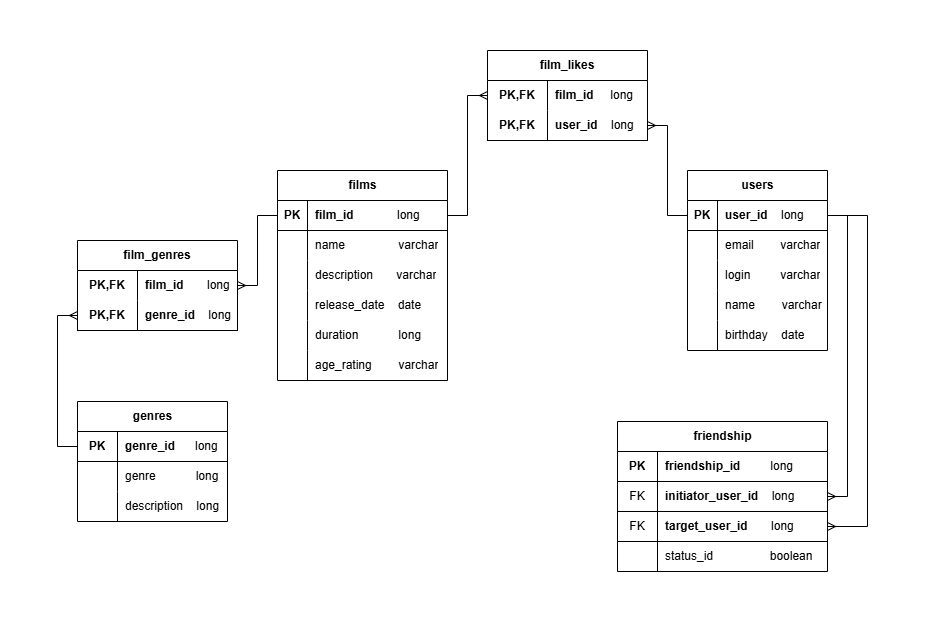
This is ERD-filmorate.png from DimaKondr/java-filmorate, a draw.io export, as it was before one commit. Source tidied: cells renumbered, new cells last; positions are measured from the earlier drawing's top-left corner, leaving out a move shared by most shapes.
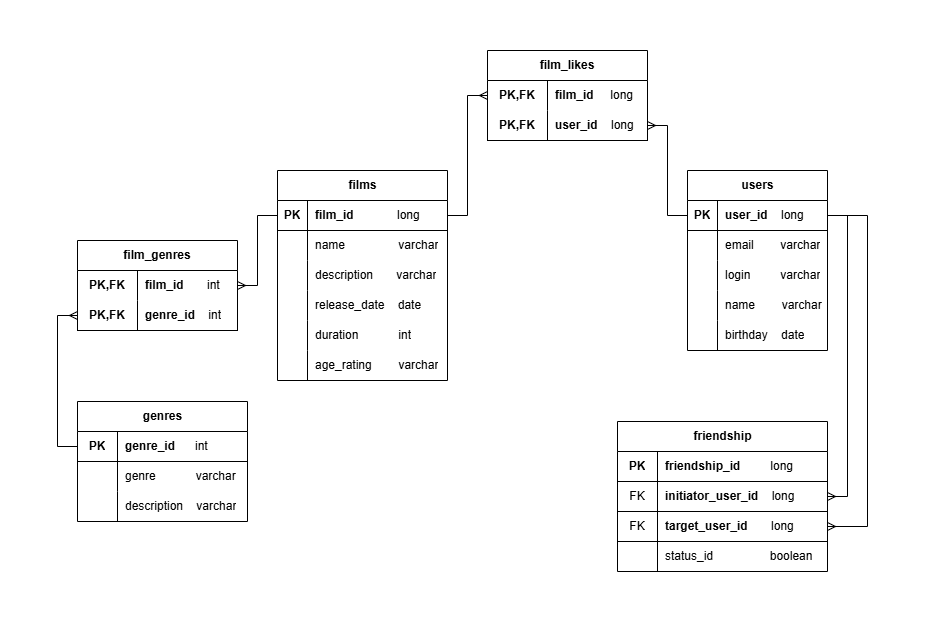
After the change.

Commit message:
Внесены корректировки в ER-диаграмму.

What changed in the source:
```diff
@@ -47,7 +47,7 @@
     <mxCell id="16" style="shape=partialRectangle;fillColor=none;top=0;left=0;bottom=0;right=0;overflow=hidden;whiteSpace=wrap;html=1;rounded=0;" parent="15" vertex="1">
       <mxGeometry width="30" height="30" as="geometry" />
     </mxCell>
-    <mxCell id="17" value="duration&amp;nbsp; &amp;nbsp; &amp;nbsp; &amp;nbsp; &amp;nbsp; &amp;nbsp; long" style="shape=partialRectangle;fillColor=none;top=0;left=0;bottom=0;right=0;align=left;spacingLeft=6;overflow=hidden;whiteSpace=wrap;html=1;rounded=0;" parent="15" vertex="1">
+    <mxCell id="17" value="duration&amp;nbsp; &amp;nbsp; &amp;nbsp; &amp;nbsp; &amp;nbsp; &amp;nbsp; int" style="shape=partialRectangle;fillColor=none;top=0;left=0;bottom=0;right=0;align=left;spacingLeft=6;overflow=hidden;whiteSpace=wrap;html=1;rounded=0;" parent="15" vertex="1">
       <mxGeometry x="30" width="140" height="30" as="geometry" />
     </mxCell>
     <mxCell id="18" style="shape=tableRow;horizontal=0;startSize=0;swimlaneHead=0;swimlaneBody=0;fillColor=none;top=0;left=0;right=0;bottom=0;rounded=0;" parent="2" vertex="1">
@@ -60,34 +60,34 @@
       <mxGeometry x="30" width="140" height="30" as="geometry" />
     </mxCell>
     <mxCell id="21" value="genres" style="shape=table;startSize=30;rowLines=0;fontStyle=1;align=center;html=1;rounded=0;" parent="1" vertex="1">
-      <mxGeometry x="20" y="351" width="150" height="120" as="geometry" />
+      <mxGeometry x="20" y="351" width="170" height="120" as="geometry" />
     </mxCell>
     <mxCell id="22" style="shape=tableRow;horizontal=0;startSize=0;swimlaneHead=0;swimlaneBody=0;fillColor=none;points=[[0,0.5],[1,0.5]];portConstraint=eastwest;top=0;left=0;right=0;bottom=1;rounded=0;" parent="21" vertex="1">
-      <mxGeometry y="30" width="150" height="30" as="geometry" />
+      <mxGeometry y="30" width="170" height="30" as="geometry" />
     </mxCell>
     <mxCell id="23" value="PK" style="shape=partialRectangle;fillColor=none;top=0;left=0;bottom=0;right=0;fontStyle=1;overflow=hidden;whiteSpace=wrap;html=1;rounded=0;" parent="22" vertex="1">
       <mxGeometry width="40" height="30" as="geometry" />
     </mxCell>
-    <mxCell id="24" value="genre_id&amp;nbsp; &amp;nbsp; &amp;nbsp; &lt;span style=&quot;font-weight: normal;&quot;&gt;long&lt;/span&gt;" style="shape=partialRectangle;fillColor=none;top=0;left=0;bottom=0;right=0;align=left;spacingLeft=6;fontStyle=1;overflow=hidden;whiteSpace=wrap;html=1;rounded=0;" parent="22" vertex="1">
-      <mxGeometry x="40" width="110" height="30" as="geometry" />
+    <mxCell id="24" value="genre_id&amp;nbsp; &amp;nbsp; &amp;nbsp;&lt;span style=&quot;font-weight: normal;&quot;&gt; int&lt;/span&gt;" style="shape=partialRectangle;fillColor=none;top=0;left=0;bottom=0;right=0;align=left;spacingLeft=6;fontStyle=1;overflow=hidden;whiteSpace=wrap;html=1;rounded=0;" parent="22" vertex="1">
+      <mxGeometry x="40" width="130" height="30" as="geometry" />
     </mxCell>
     <mxCell id="25" style="shape=tableRow;horizontal=0;startSize=0;swimlaneHead=0;swimlaneBody=0;fillColor=none;top=0;left=0;right=0;bottom=0;rounded=0;" parent="21" vertex="1">
-      <mxGeometry y="60" width="150" height="30" as="geometry" />
+      <mxGeometry y="60" width="170" height="30" as="geometry" />
     </mxCell>
     <mxCell id="26" style="shape=partialRectangle;fillColor=none;top=0;left=0;bottom=0;right=0;overflow=hidden;whiteSpace=wrap;html=1;rounded=0;" parent="25" vertex="1">
       <mxGeometry width="40" height="30" as="geometry" />
     </mxCell>
-    <mxCell id="27" value="genre&amp;nbsp; &amp;nbsp; &amp;nbsp; &amp;nbsp; &amp;nbsp; &amp;nbsp; long" style="shape=partialRectangle;fillColor=none;top=0;left=0;bottom=0;right=0;align=left;spacingLeft=6;overflow=hidden;whiteSpace=wrap;html=1;rounded=0;" parent="25" vertex="1">
-      <mxGeometry x="40" width="110" height="30" as="geometry" />
+    <mxCell id="27" value="genre&amp;nbsp; &amp;nbsp; &amp;nbsp; &amp;nbsp; &amp;nbsp; &amp;nbsp; varchar" style="shape=partialRectangle;fillColor=none;top=0;left=0;bottom=0;right=0;align=left;spacingLeft=6;overflow=hidden;whiteSpace=wrap;html=1;rounded=0;" parent="25" vertex="1">
+      <mxGeometry x="40" width="130" height="30" as="geometry" />
     </mxCell>
     <mxCell id="28" style="shape=tableRow;horizontal=0;startSize=0;swimlaneHead=0;swimlaneBody=0;fillColor=none;top=0;left=0;right=0;bottom=0;rounded=0;" parent="21" vertex="1">
-      <mxGeometry y="90" width="150" height="30" as="geometry" />
+      <mxGeometry y="90" width="170" height="30" as="geometry" />
     </mxCell>
     <mxCell id="29" style="shape=partialRectangle;fillColor=none;top=0;left=0;bottom=0;right=0;overflow=hidden;whiteSpace=wrap;html=1;rounded=0;" parent="28" vertex="1">
       <mxGeometry width="40" height="30" as="geometry" />
     </mxCell>
-    <mxCell id="30" value="&lt;div&gt;description&amp;nbsp; &amp;nbsp; long&lt;/div&gt;" style="shape=partialRectangle;fillColor=none;top=0;left=0;bottom=0;right=0;align=left;spacingLeft=6;overflow=hidden;whiteSpace=wrap;html=1;rounded=0;" parent="28" vertex="1">
-      <mxGeometry x="40" width="110" height="30" as="geometry" />
+    <mxCell id="30" value="&lt;div&gt;description&amp;nbsp; &amp;nbsp; varchar&lt;/div&gt;" style="shape=partialRectangle;fillColor=none;top=0;left=0;bottom=0;right=0;align=left;spacingLeft=6;overflow=hidden;whiteSpace=wrap;html=1;rounded=0;" parent="28" vertex="1">
+      <mxGeometry x="40" width="130" height="30" as="geometry" />
     </mxCell>
     <mxCell id="31" value="&lt;span style=&quot;text-wrap-mode: nowrap;&quot;&gt;film_genres&lt;/span&gt;" style="shape=table;startSize=30;rowLines=0;fontStyle=1;align=center;html=1;whiteSpace=wrap;rounded=0;" parent="1" vertex="1">
       <mxGeometry x="20" y="190" width="160" height="90" as="geometry" />
@@ -98,7 +98,7 @@
     <mxCell id="33" value="PK,FK" style="shape=partialRectangle;fillColor=none;top=0;left=0;bottom=0;right=0;fontStyle=1;overflow=hidden;html=1;whiteSpace=wrap;rounded=0;" parent="32" vertex="1">
       <mxGeometry width="60" height="30" as="geometry" />
     </mxCell>
-    <mxCell id="34" value="film_id&amp;nbsp; &amp;nbsp; &amp;nbsp; &amp;nbsp;&lt;span style=&quot;font-weight: normal;&quot;&gt;long&lt;/span&gt;" style="shape=partialRectangle;fillColor=none;top=0;left=0;bottom=0;right=0;align=left;spacingLeft=6;fontStyle=1;overflow=hidden;html=1;whiteSpace=wrap;rounded=0;" parent="32" vertex="1">
+    <mxCell id="34" value="film_id&amp;nbsp; &amp;nbsp; &amp;nbsp; &amp;nbsp;&lt;span style=&quot;font-weight: 400;&quot;&gt;int&lt;/span&gt;" style="shape=partialRectangle;fillColor=none;top=0;left=0;bottom=0;right=0;align=left;spacingLeft=6;fontStyle=1;overflow=hidden;html=1;whiteSpace=wrap;rounded=0;" parent="32" vertex="1">
       <mxGeometry x="60" width="100" height="30" as="geometry" />
     </mxCell>
     <mxCell id="35" style="shape=tableRow;horizontal=0;startSize=0;swimlaneHead=0;swimlaneBody=0;fillColor=none;points=[[0,0.5],[1,0.5]];portConstraint=eastwest;top=0;left=0;right=0;bottom=1;html=1;rounded=0;" parent="31" vertex="1">
@@ -107,7 +107,7 @@
     <mxCell id="36" value="PK,FK" style="shape=partialRectangle;fillColor=none;top=0;left=0;bottom=0;right=0;fontStyle=1;overflow=hidden;html=1;whiteSpace=wrap;rounded=0;" parent="35" vertex="1">
       <mxGeometry width="60" height="30" as="geometry" />
     </mxCell>
-    <mxCell id="37" value="genre_id&amp;nbsp; &amp;nbsp; &lt;span style=&quot;font-weight: normal;&quot;&gt;long&lt;/span&gt;" style="shape=partialRectangle;fillColor=none;top=0;left=0;bottom=0;right=0;align=left;spacingLeft=6;fontStyle=1;overflow=hidden;html=1;whiteSpace=wrap;rounded=0;" parent="35" vertex="1">
+    <mxCell id="37" value="genre_id&amp;nbsp; &amp;nbsp; &lt;span style=&quot;font-weight: 400;&quot;&gt;int&lt;/span&gt;" style="shape=partialRectangle;fillColor=none;top=0;left=0;bottom=0;right=0;align=left;spacingLeft=6;fontStyle=1;overflow=hidden;html=1;whiteSpace=wrap;rounded=0;" parent="35" vertex="1">
       <mxGeometry x="60" width="100" height="30" as="geometry" />
     </mxCell>
     <mxCell id="38" value="&lt;span style=&quot;text-wrap-mode: nowrap;&quot;&gt;film_likes&lt;/span&gt;" style="shape=table;startSize=30;rowLines=0;fontStyle=1;align=center;html=1;whiteSpace=wrap;rounded=0;" parent="1" vertex="1">
```
